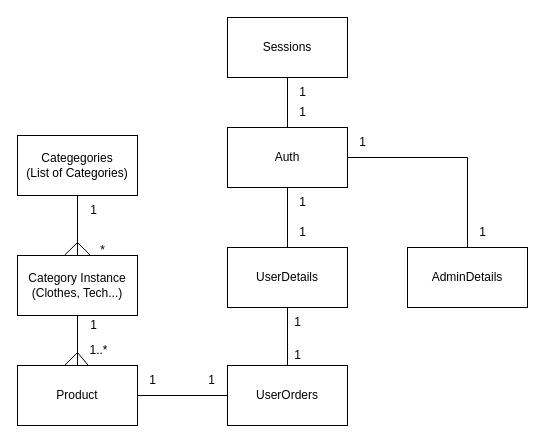
Above: docs/uml/database-erd.drawio in Damon-Martin/COMP-3000-Year-2024-2025 (draw.io), before the change. Source tidied: cells renumbered, new cells numbered last; positions are measured from the earlier drawing's top-left corner, leaving out a move shared by most shapes. Both pictures are drawn from the tidied source at 100%, with x=0, y=0 at pixel (17, 17).
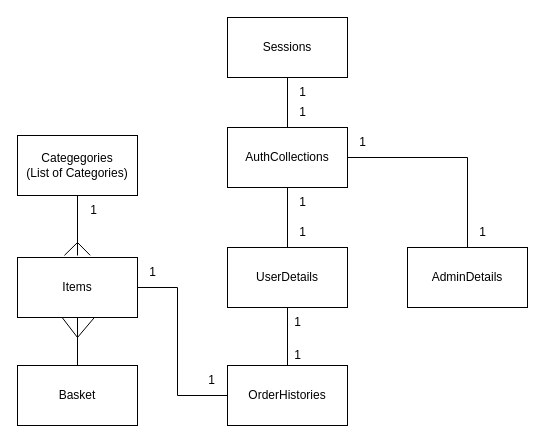
After the change.

Unchanged cells that the change refers to:
```xml
<mxCell id="7" value="Categegories&lt;div&gt;(List of Categories)&lt;/div&gt;" style="rounded=0;whiteSpace=wrap;html=1;" parent="1" vertex="1">
  <mxGeometry y="118" width="120" height="60" as="geometry" />
</mxCell>
```

Diff of the diagram source:
```diff
@@
-    <mxCell id="2" value="Auth" style="rounded=0;whiteSpace=wrap;html=1;" parent="1" vertex="1">
+    <mxCell id="2" value="AuthCollections" style="rounded=0;whiteSpace=wrap;html=1;" parent="1" vertex="1">
       <mxGeometry x="210" y="110" width="120" height="60" as="geometry" />
     </mxCell>
@@
-    <mxCell id="5" value="UserOrders" style="rounded=0;whiteSpace=wrap;html=1;" parent="1" vertex="1">
+    <mxCell id="5" value="OrderHistories" style="rounded=0;whiteSpace=wrap;html=1;" parent="1" vertex="1">
       <mxGeometry x="210" y="348" width="120" height="60" as="geometry" />
     </mxCell>
@@
-    <mxCell id="8" value="Product" style="rounded=0;whiteSpace=wrap;html=1;" parent="1" vertex="1">
-      <mxGeometry y="348" width="120" height="60" as="geometry" />
+    <mxCell id="8" value="Items" style="rounded=0;whiteSpace=wrap;html=1;" parent="1" vertex="1">
+      <mxGeometry y="240" width="120" height="60" as="geometry" />
     </mxCell>
-    <mxCell id="9" value="Category Instance&lt;div&gt;(Clothes, Tech...)&lt;/div&gt;" style="rounded=0;whiteSpace=wrap;html=1;" parent="1" vertex="1">
-      <mxGeometry y="238" width="120" height="60" as="geometry" />
-    </mxCell>
@@
-    <mxCell id="11" value="*" style="text;html=1;align=center;verticalAlign=middle;strokeColor=none;fillColor=none;" parent="1" vertex="1">
-      <mxGeometry x="70" y="218" width="30" height="30" as="geometry" />
-    </mxCell>
-    <mxCell id="12" value="1" style="text;html=1;align=center;verticalAlign=middle;strokeColor=none;fillColor=none;" parent="1" vertex="1">
-      <mxGeometry x="61" y="293" width="30" height="30" as="geometry" />
-    </mxCell>
-    <mxCell id="13" value="1..*" style="text;html=1;align=center;verticalAlign=middle;strokeColor=none;fillColor=none;" parent="1" vertex="1">
-      <mxGeometry x="61" y="318" width="40" height="30" as="geometry" />
-    </mxCell>
@@
-    <mxCell id="23" style="endArrow=none;html=1;rounded=0;exitX=0.5;exitY=1;exitDx=0;exitDy=0;entryX=0.5;entryY=0;entryDx=0;entryDy=0;" parent="1" edge="1" source="7" target="9">
-      <mxGeometry relative="1" as="geometry" />
+    <mxCell id="23" style="endArrow=none;html=1;rounded=0;exitX=0.5;exitY=1;exitDx=0;exitDy=0;entryX=0.5;entryY=0;entryDx=0;entryDy=0;" parent="1" edge="1" source="7">
+      <mxGeometry relative="1" as="geometry">
+        <mxPoint x="60" y="238" as="targetPoint" />
+      </mxGeometry>
     </mxCell>
-    <mxCell id="24" style="endArrow=none;html=1;rounded=0;entryX=0.391;entryY=-0.002;entryDx=0;entryDy=0;entryPerimeter=0;" parent="1" edge="1" target="9">
+    <mxCell id="24" style="endArrow=none;html=1;rounded=0;entryX=0.391;entryY=-0.002;entryDx=0;entryDy=0;entryPerimeter=0;" parent="1" edge="1">
       <mxGeometry relative="1" as="geometry">
         <mxPoint x="60" y="225" as="sourcePoint" />
+        <mxPoint x="46.9" y="237.9" as="targetPoint" />
       </mxGeometry>
     </mxCell>
-    <mxCell id="25" style="endArrow=none;html=1;rounded=0;entryX=0.606;entryY=-0.003;entryDx=0;entryDy=0;entryPerimeter=0;" parent="1" edge="1" target="9">
+    <mxCell id="25" style="endArrow=none;html=1;rounded=0;entryX=0.606;entryY=-0.003;entryDx=0;entryDy=0;entryPerimeter=0;" parent="1" edge="1">
       <mxGeometry relative="1" as="geometry">
         <mxPoint x="60" y="225" as="sourcePoint" />
+        <mxPoint x="72.7" y="237.8" as="targetPoint" />
       </mxGeometry>
     </mxCell>
-    <mxCell id="26" style="endArrow=none;html=1;rounded=0;exitX=0.5;exitY=0;exitDx=0;exitDy=0;entryX=0.5;entryY=1;entryDx=0;entryDy=0;" parent="1" edge="1" source="8" target="9">
-      <mxGeometry relative="1" as="geometry" />
-    </mxCell>
-    <mxCell id="27" style="endArrow=none;html=1;rounded=0;entryX=0.393;entryY=-0.003;entryDx=0;entryDy=0;entryPerimeter=0;" parent="1" edge="1" target="8">
-      <mxGeometry relative="1" as="geometry">
-        <mxPoint x="60" y="335" as="sourcePoint" />
-      </mxGeometry>
-    </mxCell>
-    <mxCell id="28" style="endArrow=none;html=1;rounded=0;entryX=0.593;entryY=0.005;entryDx=0;entryDy=0;entryPerimeter=0;" parent="1" edge="1" target="8">
-      <mxGeometry relative="1" as="geometry">
-        <mxPoint x="60" y="335" as="sourcePoint" />
-      </mxGeometry>
-    </mxCell>
@@
     <mxCell id="32" style="endArrow=none;html=1;rounded=0;exitX=1;exitY=0.5;exitDx=0;exitDy=0;entryX=0;entryY=0.5;entryDx=0;entryDy=0;" parent="1" edge="1" source="8" target="5">
-      <mxGeometry relative="1" as="geometry" />
+      <mxGeometry relative="1" as="geometry">
+        <Array as="points">
+          <mxPoint x="160" y="270" />
+          <mxPoint x="160" y="378" />
+        </Array>
+      </mxGeometry>
     </mxCell>
-    <mxCell id="33" value="1" style="text;html=1;align=center;verticalAlign=middle;strokeColor=none;fillColor=none;" parent="1" vertex="1">
-      <mxGeometry x="120" y="348" width="30" height="30" as="geometry" />
-    </mxCell>
@@
+    <mxCell id="35" value="1" style="text;html=1;align=center;verticalAlign=middle;strokeColor=none;fillColor=none;" parent="1" vertex="1">
+      <mxGeometry x="120" y="240" width="30" height="30" as="geometry" />
+    </mxCell>
+    <mxCell id="36" value="Basket" style="rounded=0;whiteSpace=wrap;html=1;" parent="1" vertex="1">
+      <mxGeometry y="348" width="120" height="60" as="geometry" />
+    </mxCell>
+    <mxCell id="37" style="endArrow=none;html=1;rounded=0;exitX=0.5;exitY=1;exitDx=0;exitDy=0;entryX=0.5;entryY=0;entryDx=0;entryDy=0;" parent="1" edge="1" source="8" target="36">
+      <mxGeometry relative="1" as="geometry" />
+    </mxCell>
+    <mxCell id="38" style="endArrow=none;html=1;rounded=0;entryX=0.642;entryY=0.997;entryDx=0;entryDy=0;entryPerimeter=0;" parent="1" edge="1" target="8">
+      <mxGeometry relative="1" as="geometry">
+        <mxPoint x="60" y="320" as="sourcePoint" />
+      </mxGeometry>
+    </mxCell>
+    <mxCell id="39" style="endArrow=none;html=1;rounded=0;exitX=0.375;exitY=1.008;exitDx=0;exitDy=0;exitPerimeter=0;" parent="1" edge="1" source="8">
+      <mxGeometry relative="1" as="geometry">
+        <mxPoint x="60" y="320" as="targetPoint" />
+      </mxGeometry>
+    </mxCell>
```
